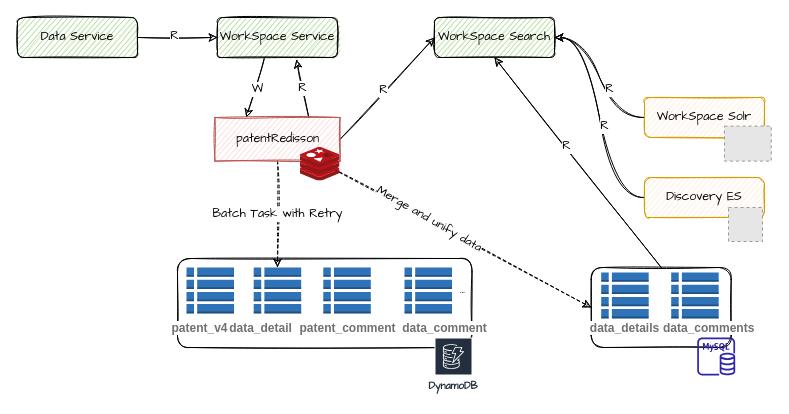
Above: page "RDS Sorting" (5 of 5) of RD Innovation.drawio in yindongjun/gangzhang.github.io (draw.io), before the change. Source tidied: cells renumbered, new cells numbered last; positions are measured from the earlier drawing's top-left corner, leaving out a move shared by most shapes. Both pictures are drawn from the tidied source at 100%, with x=0, y=0 at pixel (17, 17). Pictures stored in the file or linked from it are replaced by grey dashed boxes.
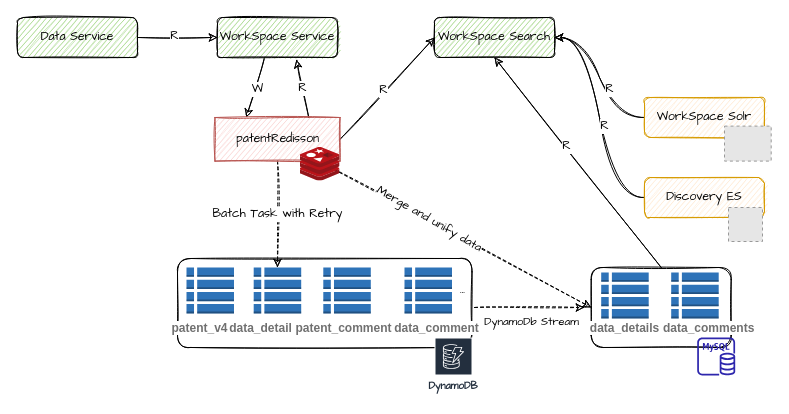
Above is the later version.

What changed in the source:
```diff
@@
+    <mxCell id="44" style="edgeStyle=orthogonalEdgeStyle;rounded=0;orthogonalLoop=1;jettySize=auto;html=1;sketch=1;dashed=1;" parent="1" edge="1">
+      <mxGeometry relative="1" as="geometry">
+        <mxPoint x="457" y="290" as="sourcePoint" />
+        <mxPoint x="567" y="290" as="targetPoint" />
+      </mxGeometry>
+    </mxCell>
+    <mxCell id="45" value="&lt;font face=&quot;Comic Sans MS&quot;&gt;DynamoDb Stream&lt;/font&gt;" style="edgeLabel;html=1;align=center;verticalAlign=middle;" parent="44" vertex="1">
+      <mxGeometry x="-0.4" y="4" relative="1" as="geometry">
+        <mxPoint x="23" y="17" as="offset" />
+      </mxGeometry>
+    </mxCell>
@@
     <mxCell id="31" value="&lt;span style=&quot;color: rgb(112 , 112 , 112) ; font-family: &amp;#34;arial&amp;#34; , sans-serif ; font-weight: 700 ; text-align: left ; background-color: rgb(255 , 255 , 255)&quot;&gt;data_comment&lt;/span&gt;" style="text;html=1;align=center;verticalAlign=middle;strokeColor=none;fillColor=none;fontSize=12;fontFamily=Comic Sans MS;fontColor=none;" parent="1" vertex="1">
-      <mxGeometry x="377" y="301" width="100" height="20" as="geometry" />
+      <mxGeometry x="369" y="301" width="100" height="20" as="geometry" />
     </mxCell>
@@
     <mxCell id="33" value="&lt;strong style=&quot;font-family: &amp;#34;arial&amp;#34; , sans-serif ; text-align: left ; background-color: rgb(255 , 255 , 255) ; color: rgb(112 , 112 , 112)&quot;&gt;patent_comment&lt;/strong&gt;" style="text;html=1;align=center;verticalAlign=middle;strokeColor=none;fillColor=none;fontSize=12;fontFamily=Comic Sans MS;fontColor=none;" parent="1" vertex="1">
-      <mxGeometry x="274.5" y="301" width="110" height="20" as="geometry" />
+      <mxGeometry x="270.5" y="301" width="110" height="20" as="geometry" />
     </mxCell>
```
